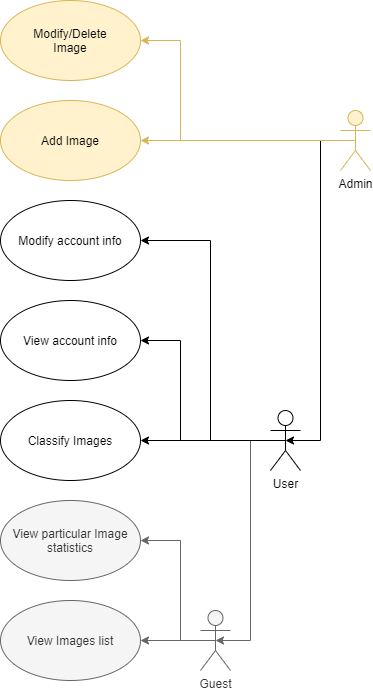
Before: Figures/MNIST_Business_Model.png, a diagram exported from draw.io (Ahelsamahy/AFP1_MNIST). Source tidied: cells renumbered, new cells last; positions are measured from the earlier drawing's top-left corner, leaving out a move shared by most shapes. Source of this version:
```xml
<mxGraphModel>
  <root>
    <mxCell id="0" />
    <mxCell id="1" parent="0" />
    <mxCell id="2" style="edgeStyle=orthogonalEdgeStyle;rounded=0;jettySize=auto;html=1;exitX=0.5;exitY=0.5;exitDx=0;exitDy=0;exitPerimeter=0;entryX=1;entryY=0.5;entryDx=0;entryDy=0;fillColor=#f5f5f5;strokeColor=#666666;" parent="1" edge="1" source="4" target="14">
      <mxGeometry relative="1" as="geometry" />
    </mxCell>
    <mxCell id="3" style="edgeStyle=orthogonalEdgeStyle;rounded=0;jettySize=auto;html=1;exitX=0.5;exitY=0.5;exitDx=0;exitDy=0;exitPerimeter=0;entryX=1;entryY=0.5;entryDx=0;entryDy=0;fillColor=#f5f5f5;strokeColor=#666666;" parent="1" edge="1" source="4" target="15">
      <mxGeometry relative="1" as="geometry">
        <Array as="points">
          <mxPoint x="180" y="640" />
          <mxPoint x="180" y="540" />
        </Array>
      </mxGeometry>
    </mxCell>
    <mxCell id="4" value="Guest" style="shape=umlActor;verticalLabelPosition=bottom;verticalAlign=top;html=1;outlineConnect=0;fillColor=#f5f5f5;strokeColor=#666666;fontColor=#333333;" parent="1" vertex="1">
      <mxGeometry x="200" y="610" width="30" height="60" as="geometry" />
    </mxCell>
    <mxCell id="5" style="edgeStyle=orthogonalEdgeStyle;rounded=0;jettySize=auto;html=1;exitX=0.5;exitY=0.5;exitDx=0;exitDy=0;exitPerimeter=0;entryX=0.5;entryY=0.5;entryDx=0;entryDy=0;entryPerimeter=0;fillColor=#f5f5f5;strokeColor=#666666;" parent="1" edge="1" source="9" target="4">
      <mxGeometry relative="1" as="geometry">
        <Array as="points">
          <mxPoint x="250" y="440" />
          <mxPoint x="250" y="640" />
        </Array>
      </mxGeometry>
    </mxCell>
    <mxCell id="6" style="edgeStyle=orthogonalEdgeStyle;rounded=0;jettySize=auto;html=1;exitX=0.5;exitY=0.5;exitDx=0;exitDy=0;exitPerimeter=0;entryX=1;entryY=0.5;entryDx=0;entryDy=0;" parent="1" edge="1" source="9" target="16">
      <mxGeometry relative="1" as="geometry">
        <Array as="points">
          <mxPoint x="240" y="440" />
          <mxPoint x="240" y="440" />
        </Array>
      </mxGeometry>
    </mxCell>
    <mxCell id="7" style="edgeStyle=orthogonalEdgeStyle;rounded=0;jettySize=auto;html=1;exitX=0.5;exitY=0.5;exitDx=0;exitDy=0;exitPerimeter=0;entryX=1;entryY=0.5;entryDx=0;entryDy=0;" parent="1" edge="1" source="9" target="17">
      <mxGeometry relative="1" as="geometry">
        <Array as="points">
          <mxPoint x="180" y="440" />
          <mxPoint x="180" y="340" />
        </Array>
      </mxGeometry>
    </mxCell>
    <mxCell id="8" style="edgeStyle=orthogonalEdgeStyle;rounded=0;jettySize=auto;html=1;exitX=0.5;exitY=0.5;exitDx=0;exitDy=0;exitPerimeter=0;entryX=1;entryY=0.5;entryDx=0;entryDy=0;" parent="1" edge="1" source="9" target="18">
      <mxGeometry relative="1" as="geometry">
        <Array as="points">
          <mxPoint x="210" y="440" />
          <mxPoint x="210" y="240" />
        </Array>
      </mxGeometry>
    </mxCell>
    <mxCell id="9" value="User" style="shape=umlActor;verticalLabelPosition=bottom;verticalAlign=top;html=1;outlineConnect=0;" parent="1" vertex="1">
      <mxGeometry x="270" y="410" width="30" height="60" as="geometry" />
    </mxCell>
    <mxCell id="10" style="edgeStyle=orthogonalEdgeStyle;rounded=0;jettySize=auto;html=1;exitX=0.5;exitY=0.5;exitDx=0;exitDy=0;exitPerimeter=0;entryX=0.5;entryY=0.5;entryDx=0;entryDy=0;entryPerimeter=0;" parent="1" edge="1" source="13" target="9">
      <mxGeometry relative="1" as="geometry">
        <Array as="points">
          <mxPoint x="320" y="140" />
          <mxPoint x="320" y="440" />
        </Array>
      </mxGeometry>
    </mxCell>
    <mxCell id="11" style="edgeStyle=orthogonalEdgeStyle;rounded=0;jettySize=auto;html=1;exitX=0.5;exitY=0.5;exitDx=0;exitDy=0;exitPerimeter=0;entryX=1;entryY=0.5;entryDx=0;entryDy=0;fillColor=#fff2cc;strokeColor=#d6b656;" parent="1" edge="1" source="13" target="20">
      <mxGeometry relative="1" as="geometry">
        <Array as="points">
          <mxPoint x="180" y="140" />
          <mxPoint x="180" y="40" />
        </Array>
      </mxGeometry>
    </mxCell>
    <mxCell id="12" style="edgeStyle=orthogonalEdgeStyle;rounded=0;jettySize=auto;html=1;exitX=0.5;exitY=0.5;exitDx=0;exitDy=0;exitPerimeter=0;entryX=1;entryY=0.5;entryDx=0;entryDy=0;fillColor=#fff2cc;strokeColor=#d6b656;" parent="1" edge="1" source="13" target="19">
      <mxGeometry relative="1" as="geometry" />
    </mxCell>
    <mxCell id="13" value="Admin" style="shape=umlActor;verticalLabelPosition=bottom;verticalAlign=top;html=1;outlineConnect=0;fillColor=#fff2cc;strokeColor=#d6b656;" parent="1" vertex="1">
      <mxGeometry x="340" y="110" width="30" height="60" as="geometry" />
    </mxCell>
    <mxCell id="14" value="View Images list" style="ellipse;whiteSpace=wrap;html=1;fillColor=#f5f5f5;strokeColor=#666666;fontColor=#333333;" parent="1" vertex="1">
      <mxGeometry y="600" width="140" height="80" as="geometry" />
    </mxCell>
    <mxCell id="15" value="View particular Image statistics" style="ellipse;whiteSpace=wrap;html=1;fillColor=#f5f5f5;strokeColor=#666666;fontColor=#333333;" parent="1" vertex="1">
      <mxGeometry y="500" width="140" height="80" as="geometry" />
    </mxCell>
    <mxCell id="16" value="Classify Images" style="ellipse;whiteSpace=wrap;html=1;" parent="1" vertex="1">
      <mxGeometry y="400" width="140" height="80" as="geometry" />
    </mxCell>
    <mxCell id="17" value="View account info" style="ellipse;whiteSpace=wrap;html=1;" parent="1" vertex="1">
      <mxGeometry y="300" width="140" height="80" as="geometry" />
    </mxCell>
    <mxCell id="18" value="Modify account info" style="ellipse;whiteSpace=wrap;html=1;" parent="1" vertex="1">
      <mxGeometry y="200" width="140" height="80" as="geometry" />
    </mxCell>
    <mxCell id="19" value="Add Image" style="ellipse;whiteSpace=wrap;html=1;fillColor=#fff2cc;strokeColor=#d6b656;" parent="1" vertex="1">
      <mxGeometry y="100" width="140" height="80" as="geometry" />
    </mxCell>
    <mxCell id="20" value="Modify/Delete&lt;br&gt;Image" style="ellipse;whiteSpace=wrap;html=1;fillColor=#fff2cc;strokeColor=#d6b656;" parent="1" vertex="1">
      <mxGeometry width="140" height="80" as="geometry" />
    </mxCell>
  </root>
</mxGraphModel>
```
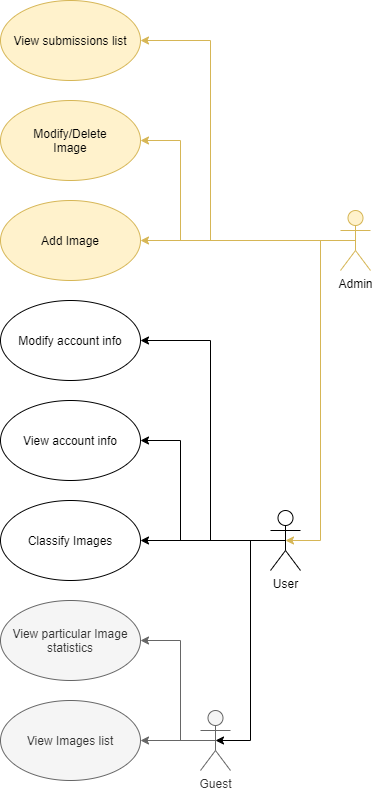
After the commit.

Commit message:
Edited Business model

Added new function to admin

What changed in the source:
```diff
@@ -16,7 +16,7 @@
     <mxCell id="4" value="Guest" style="shape=umlActor;verticalLabelPosition=bottom;verticalAlign=top;html=1;outlineConnect=0;fillColor=#f5f5f5;strokeColor=#666666;fontColor=#333333;" parent="1" vertex="1">
       <mxGeometry x="200" y="610" width="30" height="60" as="geometry" />
     </mxCell>
-    <mxCell id="5" style="edgeStyle=orthogonalEdgeStyle;rounded=0;jettySize=auto;html=1;exitX=0.5;exitY=0.5;exitDx=0;exitDy=0;exitPerimeter=0;entryX=0.5;entryY=0.5;entryDx=0;entryDy=0;entryPerimeter=0;fillColor=#f5f5f5;strokeColor=#666666;" parent="1" edge="1" source="9" target="4">
+    <mxCell id="5" style="edgeStyle=orthogonalEdgeStyle;rounded=0;jettySize=auto;html=1;exitX=0.5;exitY=0.5;exitDx=0;exitDy=0;exitPerimeter=0;entryX=0.5;entryY=0.5;entryDx=0;entryDy=0;entryPerimeter=0;" parent="1" edge="1" source="9" target="4">
       <mxGeometry relative="1" as="geometry">
         <Array as="points">
           <mxPoint x="250" y="440" />
@@ -51,7 +51,7 @@
     <mxCell id="9" value="User" style="shape=umlActor;verticalLabelPosition=bottom;verticalAlign=top;html=1;outlineConnect=0;" parent="1" vertex="1">
       <mxGeometry x="270" y="410" width="30" height="60" as="geometry" />
     </mxCell>
-    <mxCell id="10" style="edgeStyle=orthogonalEdgeStyle;rounded=0;jettySize=auto;html=1;exitX=0.5;exitY=0.5;exitDx=0;exitDy=0;exitPerimeter=0;entryX=0.5;entryY=0.5;entryDx=0;entryDy=0;entryPerimeter=0;" parent="1" edge="1" source="13" target="9">
+    <mxCell id="10" style="edgeStyle=orthogonalEdgeStyle;rounded=0;jettySize=auto;html=1;exitX=0.5;exitY=0.5;exitDx=0;exitDy=0;exitPerimeter=0;entryX=0.5;entryY=0.5;entryDx=0;entryDy=0;entryPerimeter=0;fillColor=#fff2cc;strokeColor=#d6b656;" parent="1" edge="1" source="13" target="9">
       <mxGeometry relative="1" as="geometry">
         <Array as="points">
           <mxPoint x="320" y="140" />
@@ -70,6 +70,14 @@
     <mxCell id="12" style="edgeStyle=orthogonalEdgeStyle;rounded=0;jettySize=auto;html=1;exitX=0.5;exitY=0.5;exitDx=0;exitDy=0;exitPerimeter=0;entryX=1;entryY=0.5;entryDx=0;entryDy=0;fillColor=#fff2cc;strokeColor=#d6b656;" parent="1" edge="1" source="13" target="19">
       <mxGeometry relative="1" as="geometry" />
     </mxCell>
+    <mxCell id="21" style="edgeStyle=orthogonalEdgeStyle;rounded=0;jettySize=auto;html=1;exitX=0.5;exitY=0.5;exitDx=0;exitDy=0;exitPerimeter=0;entryX=1;entryY=0.5;entryDx=0;entryDy=0;fillColor=#fff2cc;strokeColor=#d6b656;" parent="1" edge="1" source="13" target="22">
+      <mxGeometry relative="1" as="geometry">
+        <Array as="points">
+          <mxPoint x="210" y="140" />
+          <mxPoint x="210" y="-60" />
+        </Array>
+      </mxGeometry>
+    </mxCell>
     <mxCell id="13" value="Admin" style="shape=umlActor;verticalLabelPosition=bottom;verticalAlign=top;html=1;outlineConnect=0;fillColor=#fff2cc;strokeColor=#d6b656;" parent="1" vertex="1">
       <mxGeometry x="340" y="110" width="30" height="60" as="geometry" />
     </mxCell>
@@ -94,5 +102,8 @@
     <mxCell id="20" value="Modify/Delete&lt;br&gt;Image" style="ellipse;whiteSpace=wrap;html=1;fillColor=#fff2cc;strokeColor=#d6b656;" parent="1" vertex="1">
       <mxGeometry width="140" height="80" as="geometry" />
     </mxCell>
+    <mxCell id="22" value="View&amp;nbsp;submissions list" style="ellipse;whiteSpace=wrap;html=1;fillColor=#fff2cc;strokeColor=#d6b656;" parent="1" vertex="1">
+      <mxGeometry y="-100" width="140" height="80" as="geometry" />
+    </mxCell>
   </root>
 </mxGraphModel>
```
